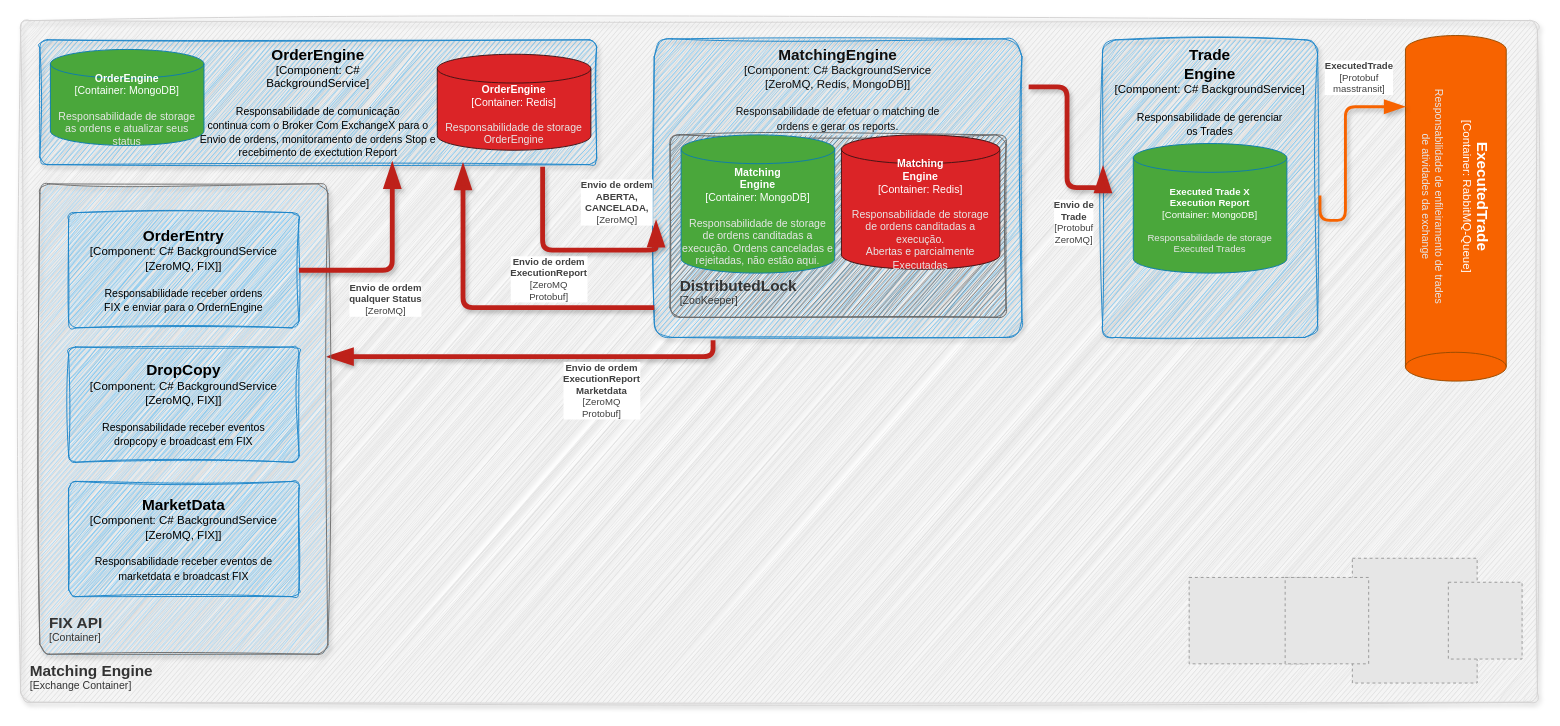
Earlier version of the draw.io diagram docs/Caas-Exchange-Matching.drawio (bvarandas/ExchangeX). Source tidied: cells renumbered, new cells numbered last; positions are measured from the earlier drawing's top-left corner, leaving out a move shared by most shapes. Both pictures are drawn from the tidied source at 96%, with x=0, y=0 at pixel (20, 20). Pictures stored in the file or linked from it are replaced by grey dashed boxes.
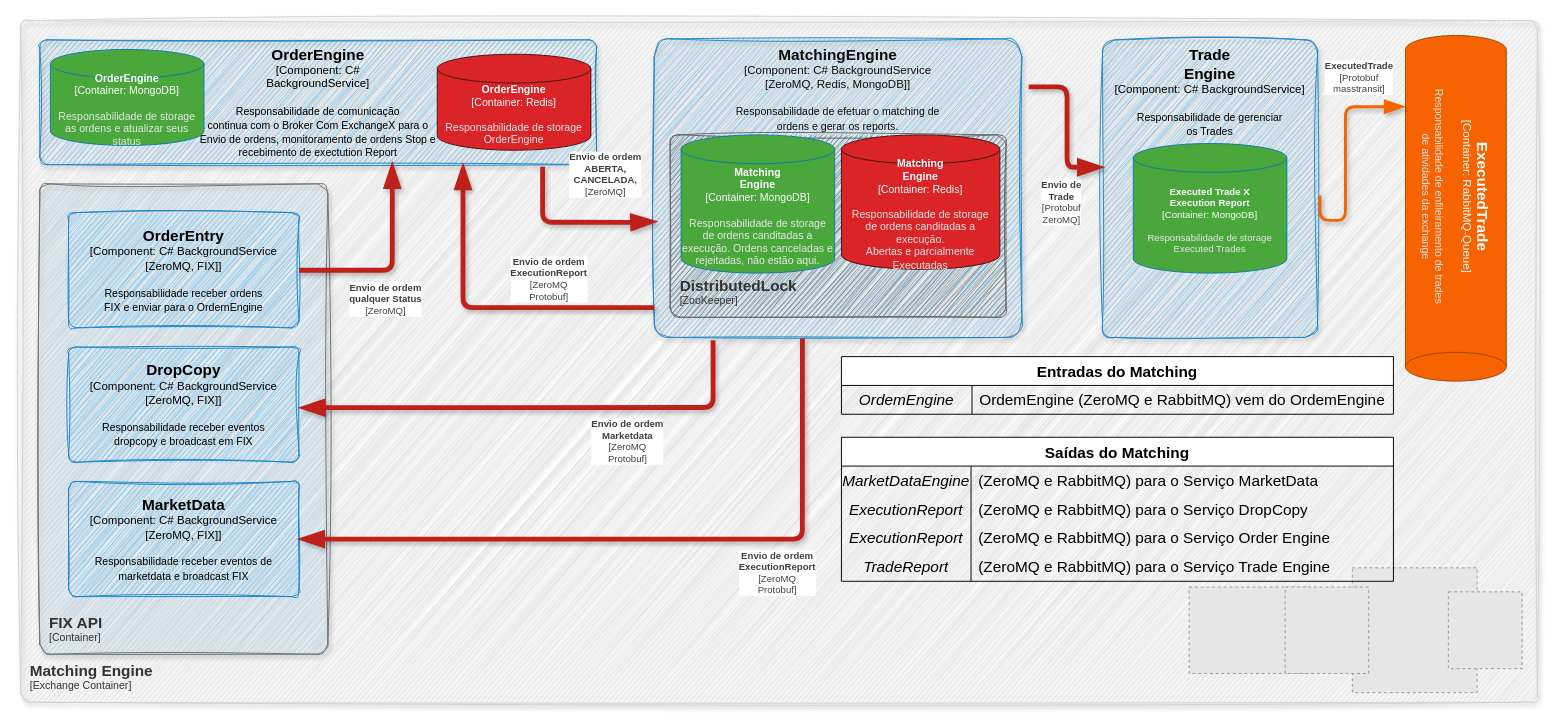
After the change.

Unchanged cells that the change refers to:
```xml
<object id="3" label="&lt;font style=&quot;font-size: 16px&quot;&gt;&lt;b&gt;%c4Name%&lt;/b&gt;&lt;/font&gt;&lt;div&gt;[%c4Type%: %c4Technology%]&lt;/div&gt;&lt;br&gt;&lt;div&gt;&lt;font style=&quot;font-size: 11px&quot;&gt;%c4Description%&lt;/font&gt;&lt;/div&gt;" c4Description="Responsabilidade de efetuar o matching de &#10;ordens e gerar os reports." c4Name="MatchingEngine" c4Technology="C# BackgroundService&#10;[ZeroMQ, Redis, MongoDB]" c4Type="Component" placeholders="1">
  <mxCell style="rounded=1;whiteSpace=wrap;html=1;labelBackgroundColor=none;fillColor=#63BEF2;fontColor=#100f0f;align=center;arcSize=6;strokeColor=#2086C9;points=[[0.25,0,0],[0.5,0,0],[0.75,0,0],[1,0.25,0],[1,0.5,0],[1,0.75,0],[0.75,1,0],[0.5,1,0],[0.25,1,0],[0,0.75,0],[0,0.5,0],[0,0.25,0]];glass=0;shadow=1;sketch=1;curveFitting=1;jiggle=2;gradientColor=none;verticalAlign=top;" parent="1" vertex="1">
    <mxGeometry x="660" y="19" width="383" height="311" as="geometry" />
  </mxCell>
</object>
<object id="7" label="&lt;font style=&quot;font-size: 16px&quot;&gt;&lt;b&gt;%c4Name%&lt;/b&gt;&lt;/font&gt;&lt;div&gt;[%c4Type%: %c4Technology%]&lt;/div&gt;&lt;br&gt;&lt;div&gt;&lt;font style=&quot;font-size: 11px&quot;&gt;%c4Description%&lt;/font&gt;&lt;/div&gt;" c4Description="Responsabilidade de gerenciar &#10;os Trades" c4Name="Trade&#10;Engine" c4Technology="C# BackgroundService" c4Type="Component" placeholders="1">
  <mxCell style="rounded=1;whiteSpace=wrap;html=1;labelBackgroundColor=none;fillColor=#63BEF2;fontColor=#000000;align=center;arcSize=6;strokeColor=#2086C9;points=[[0.25,0,0],[0.5,0,0],[0.75,0,0],[1,0.25,0],[1,0.5,0],[1,0.75,0],[0.75,1,0],[0.5,1,0],[0.25,1,0],[0,0.75,0],[0,0.5,0],[0,0.25,0]];verticalAlign=top;glass=0;sketch=1;curveFitting=1;jiggle=2;shadow=1;" parent="1" vertex="1">
    <mxGeometry x="1127" y="20" width="224" height="310" as="geometry" />
  </mxCell>
</object>
<object id="10" label="&lt;font style=&quot;font-size: 16px&quot;&gt;&lt;b&gt;%c4Name%&lt;/b&gt;&lt;/font&gt;&lt;div&gt;[%c4Type%: %c4Technology%]&lt;/div&gt;&lt;br&gt;&lt;div&gt;&lt;font style=&quot;font-size: 11px&quot;&gt;%c4Description%&lt;/font&gt;&lt;/div&gt;" c4Description="Responsabilidade de comunicação&#10;continua com o Broker Com ExchangeX para o &#10;Envio de ordens, monitoramento de ordens Stop e &#10;recebimento de exectution Report" c4Name="OrderEngine" c4Technology="C# &#10;BackgroundService" c4Type="Component" placeholders="1">
  <mxCell style="rounded=1;whiteSpace=wrap;html=1;labelBackgroundColor=none;fillColor=#63bef2;fontColor=#000000;align=center;arcSize=6;strokeColor=#2086C9;points=[[0.25,0,0],[0.5,0,0],[0.75,0,0],[1,0.25,0],[1,0.5,0],[1,0.75,0],[0.75,1,0],[0.5,1,0],[0.25,1,0],[0,0.75,0],[0,0.5,0],[0,0.25,0]];verticalAlign=middle;glass=0;sketch=1;curveFitting=1;jiggle=2;shadow=1;" parent="1" vertex="1">
    <mxGeometry x="20" y="20" width="580" height="130" as="geometry" />
  </mxCell>
</object>
<object id="24" label="&lt;font style=&quot;font-size: 16px&quot;&gt;&lt;b&gt;%c4Name%&lt;/b&gt;&lt;/font&gt;&lt;div&gt;[%c4Type%: %c4Technology%]&lt;/div&gt;&lt;br&gt;&lt;div&gt;&lt;font style=&quot;font-size: 11px&quot;&gt;%c4Description%&lt;/font&gt;&lt;/div&gt;" c4Description="Responsabilidade receber eventos de marketdata e broadcast FIX" c4Name="MarketData" c4Technology="C# BackgroundService&#10;[ZeroMQ, FIX]" c4Type="Component" placeholders="1">
  <mxCell style="rounded=1;whiteSpace=wrap;html=1;labelBackgroundColor=none;fillColor=#63BEF2;fontColor=#000000;align=center;arcSize=6;strokeColor=#2086C9;points=[[0.25,0,0],[0.5,0,0],[0.75,0,0],[1,0.25,0],[1,0.5,0],[1,0.75,0],[0.75,1,0],[0.5,1,0],[0.25,1,0],[0,0.75,0],[0,0.5,0],[0,0.25,0]];sketch=1;curveFitting=1;jiggle=2;" parent="1" vertex="1">
    <mxGeometry x="50" y="480" width="240" height="120" as="geometry" />
  </mxCell>
</object>
<object id="25" label="&lt;font style=&quot;font-size: 16px&quot;&gt;&lt;b&gt;%c4Name%&lt;/b&gt;&lt;/font&gt;&lt;div&gt;[%c4Type%: %c4Technology%]&lt;/div&gt;&lt;br&gt;&lt;div&gt;&lt;font style=&quot;font-size: 11px&quot;&gt;%c4Description%&lt;/font&gt;&lt;/div&gt;" c4Description="Responsabilidade receber eventos &#10;dropcopy e broadcast em FIX" c4Name="DropCopy" c4Technology="C# BackgroundService&#10;[ZeroMQ, FIX]" c4Type="Component" placeholders="1">
  <mxCell style="rounded=1;whiteSpace=wrap;html=1;labelBackgroundColor=none;fillColor=#63BEF2;fontColor=#000000;align=center;arcSize=6;strokeColor=#2086C9;points=[[0.25,0,0],[0.5,0,0],[0.75,0,0],[1,0.25,0],[1,0.5,0],[1,0.75,0],[0.75,1,0],[0.5,1,0],[0.25,1,0],[0,0.75,0],[0,0.5,0],[0,0.25,0]];sketch=1;curveFitting=1;jiggle=2;" parent="1" vertex="1">
    <mxGeometry x="50" y="340" width="240" height="120" as="geometry" />
  </mxCell>
</object>
```

What changed in the source:
```diff
@@
     <object id="9" label="&lt;div style=&quot;text-align: left&quot;&gt;&lt;div style=&quot;text-align: center&quot;&gt;&lt;b&gt;%c4Description%&lt;/b&gt;&lt;/div&gt;&lt;div style=&quot;text-align: center&quot;&gt;[%c4Technology%]&lt;/div&gt;&lt;/div&gt;" c4Description="Envio de &#10;Trade " c4Technology="Protobuf&#10;ZeroMQ" placeholders="1">
       <mxCell style="endArrow=blockThin;html=1;fontSize=10;fontColor=#404040;strokeWidth=5;endFill=1;strokeColor=#be211a;elbow=vertical;endSize=14;startSize=14;jumpStyle=arc;jumpSize=16;rounded=1;edgeStyle=orthogonalEdgeStyle;curved=0;flowAnimation=1;shadow=1;exitX=1.001;exitY=0.148;exitDx=0;exitDy=0;exitPerimeter=0;entryX=0.002;entryY=0.428;entryDx=0;entryDy=0;entryPerimeter=0;" parent="1" edge="1" target="7">
         <mxGeometry x="0.59" y="-38" relative="1" as="geometry">
           <mxPoint x="1050" y="69" as="sourcePoint" />
           <Array as="points">
             <mxPoint x="1090" y="69" />
-            <mxPoint x="1090" y="174" />
+            <mxPoint x="1090" y="153" />
           </Array>
           <mxPoint x="-10" y="-2" as="offset" />
         </mxGeometry>
       </mxCell>
     </object>
@@
     <object id="11" label="&lt;div style=&quot;text-align: left&quot;&gt;&lt;div style=&quot;text-align: center&quot;&gt;&lt;b&gt;%c4Description%&lt;/b&gt;&lt;/div&gt;&lt;div style=&quot;text-align: center&quot;&gt;[%c4Technology%]&lt;/div&gt;&lt;/div&gt;" c4Description="Envio de ordem &#10;ABERTA,&#10;CANCELADA," c4Technology="ZeroMQ" placeholders="1">
       <mxCell style="endArrow=blockThin;html=1;fontSize=10;fontColor=#404040;strokeWidth=5;endFill=1;strokeColor=#be211a;elbow=vertical;endSize=14;startSize=14;jumpStyle=arc;jumpSize=16;rounded=1;edgeStyle=orthogonalEdgeStyle;curved=0;flowAnimation=1;shadow=1;entryX=0.005;entryY=0.612;entryDx=0;entryDy=0;entryPerimeter=0;exitX=0.903;exitY=1.017;exitDx=0;exitDy=0;exitPerimeter=0;" parent="1" edge="1" source="10" target="3">
         <mxGeometry x="0.4" y="50" relative="1" as="geometry">
           <Array as="points">
-            <mxPoint x="544" y="239" />
+            <mxPoint x="544" y="210" />
+            <mxPoint x="640" y="210" />
           </Array>
         </mxGeometry>
       </mxCell>
     </object>
@@
-    <object id="15" label="&lt;div style=&quot;text-align: left&quot;&gt;&lt;div style=&quot;text-align: center&quot;&gt;&lt;b&gt;%c4Description%&lt;/b&gt;&lt;/div&gt;&lt;div style=&quot;text-align: center&quot;&gt;[%c4Technology%]&lt;/div&gt;&lt;/div&gt;" c4Description="Envio de ordem &#10;ExecutionReport&#10;Marketdata" c4Technology="ZeroMQ&#10;Protobuf" placeholders="1">
-      <mxCell style="endArrow=blockThin;html=1;fontSize=10;fontColor=#404040;strokeWidth=5;endFill=1;strokeColor=#be211a;elbow=vertical;endSize=14;startSize=14;jumpStyle=arc;jumpSize=16;rounded=1;edgeStyle=orthogonalEdgeStyle;curved=0;flowAnimation=1;shadow=1;exitX=0.16;exitY=1.009;exitDx=0;exitDy=0;exitPerimeter=0;" parent="1" edge="1" source="3">
-        <mxGeometry x="-0.36" y="35" relative="1" as="geometry">
-          <mxPoint x="320" y="350" as="targetPoint" />
-          <Array as="points">
-            <mxPoint x="721" y="350" />
-          </Array>
-        </mxGeometry>
-      </mxCell>
-    </object>
     <mxCell id="16" style="fillColor=#E6E6E6;strokeColor=#999999;dashed=1;verticalLabelPosition=bottom;labelBackgroundColor=default;verticalAlign=top;" parent="1" vertex="1">
-      <mxGeometry x="1217.2" y="580" width="123.3" height="90" as="geometry" />
+      <mxGeometry x="1217.2" y="590" width="123.3" height="90" as="geometry" />
     </mxCell>
     <mxCell id="17" style="fillColor=#E6E6E6;strokeColor=#999999;dashed=1;verticalLabelPosition=bottom;labelBackgroundColor=default;verticalAlign=top;" parent="1" vertex="1">
-      <mxGeometry x="1387.2" y="560" width="130" height="130" as="geometry" />
+      <mxGeometry x="1387.2" y="570" width="130" height="130" as="geometry" />
     </mxCell>
     <mxCell id="18" style="fillColor=#E6E6E6;strokeColor=#999999;dashed=1;verticalLabelPosition=bottom;labelBackgroundColor=default;verticalAlign=top;" parent="1" vertex="1">
-      <mxGeometry x="1487.2" y="585" width="76.8" height="80" as="geometry" />
+      <mxGeometry x="1487.2" y="595" width="76.8" height="80" as="geometry" />
     </mxCell>
     <mxCell id="19" style="fillColor=#E6E6E6;strokeColor=#999999;dashed=1;verticalLabelPosition=bottom;labelBackgroundColor=default;verticalAlign=top;" parent="1" vertex="1">
-      <mxGeometry x="1317.2" y="580" width="87" height="90" as="geometry" />
+      <mxGeometry x="1317.2" y="590" width="87" height="90" as="geometry" />
     </mxCell>
@@
+    <object id="27" label="&lt;div style=&quot;text-align: left&quot;&gt;&lt;div style=&quot;text-align: center&quot;&gt;&lt;b&gt;%c4Description%&lt;/b&gt;&lt;/div&gt;&lt;div style=&quot;text-align: center&quot;&gt;[%c4Technology%]&lt;/div&gt;&lt;/div&gt;" c4Description="Envio de ordem &#10;ExecutionReport" c4Technology="ZeroMQ&#10;Protobuf" placeholders="1">
+      <mxCell style="endArrow=blockThin;html=1;fontSize=10;fontColor=#404040;strokeWidth=5;endFill=1;strokeColor=#be211a;elbow=vertical;endSize=14;startSize=14;jumpStyle=arc;jumpSize=16;rounded=1;edgeStyle=orthogonalEdgeStyle;curved=0;flowAnimation=1;shadow=1;exitX=0.403;exitY=1.003;exitDx=0;exitDy=0;exitPerimeter=0;entryX=1;entryY=0.5;entryDx=0;entryDy=0;entryPerimeter=0;" parent="1" edge="1" source="3" target="24">
+        <mxGeometry x="-0.36" y="35" relative="1" as="geometry">
+          <Array as="points">
+            <mxPoint x="814" y="540" />
+          </Array>
+        </mxGeometry>
+      </mxCell>
+    </object>
+    <object id="15" label="&lt;div style=&quot;text-align: left&quot;&gt;&lt;div style=&quot;text-align: center&quot;&gt;&lt;b&gt;%c4Description%&lt;/b&gt;&lt;/div&gt;&lt;div style=&quot;text-align: center&quot;&gt;[%c4Technology%]&lt;/div&gt;&lt;/div&gt;" c4Description="Envio de ordem &#10;Marketdata" c4Technology="ZeroMQ&#10;Protobuf" placeholders="1">
+      <mxCell style="endArrow=blockThin;html=1;fontSize=10;fontColor=#404040;strokeWidth=5;endFill=1;strokeColor=#be211a;elbow=vertical;endSize=14;startSize=14;jumpStyle=arc;jumpSize=16;rounded=1;edgeStyle=orthogonalEdgeStyle;curved=0;flowAnimation=1;shadow=1;exitX=0.16;exitY=1.009;exitDx=0;exitDy=0;exitPerimeter=0;entryX=1.003;entryY=0.527;entryDx=0;entryDy=0;entryPerimeter=0;" parent="1" edge="1" source="3" target="25">
+        <mxGeometry x="-0.36" y="35" relative="1" as="geometry">
+          <Array as="points">
+            <mxPoint x="721" y="403" />
+            <mxPoint x="360" y="403" />
+          </Array>
+        </mxGeometry>
+      </mxCell>
+    </object>
+    <mxCell id="28" value="Entradas do Matching" style="shape=table;startSize=30;childLayout=tableLayout;rowLines=0;fontStyle=1;strokeColor=default;fontSize=16;" parent="1" vertex="1">
+      <mxGeometry x="855" y="350" width="575" height="60" as="geometry" />
+    </mxCell>
+    <mxCell id="29" style="shape=tableRow;horizontal=0;startSize=0;swimlaneHead=0;swimlaneBody=0;top=0;left=0;bottom=0;right=0;fillColor=none;strokeColor=inherit;fontSize=16;" parent="28" vertex="1">
+      <mxGeometry y="30" width="575" height="30" as="geometry" />
+    </mxCell>
+    <mxCell id="30" value="OrdemEngine" style="shape=partialRectangle;html=1;whiteSpace=wrap;fillColor=none;top=0;left=0;bottom=0;right=0;overflow=hidden;strokeColor=inherit;fontSize=16;fontStyle=2;" parent="29" vertex="1">
+      <mxGeometry width="136" height="30" as="geometry" />
+    </mxCell>
+    <mxCell id="31" value="OrdemEngine (ZeroMQ e RabbitMQ) vem do OrdemEngine" style="shape=partialRectangle;html=1;whiteSpace=wrap;fillColor=none;top=0;left=0;bottom=0;right=0;align=left;spacingLeft=6;overflow=hidden;strokeColor=inherit;fontSize=16;" parent="29" vertex="1">
+      <mxGeometry x="136" width="439" height="30" as="geometry" />
+    </mxCell>
+    <mxCell id="32" value="Saídas do Matching" style="shape=table;startSize=30;childLayout=tableLayout;rowLines=0;fontStyle=1;strokeColor=default;fontSize=16;" parent="1" vertex="1">
+      <mxGeometry x="855" y="434" width="575" height="150" as="geometry" />
+    </mxCell>
+    <mxCell id="33" style="shape=tableRow;horizontal=0;startSize=0;swimlaneHead=0;swimlaneBody=0;top=0;left=0;bottom=0;right=0;fillColor=none;strokeColor=inherit;fontSize=16;" parent="32" vertex="1">
+      <mxGeometry y="30" width="575" height="30" as="geometry" />
+    </mxCell>
+    <mxCell id="34" value="MarketDataEngine" style="shape=partialRectangle;html=1;whiteSpace=wrap;fillColor=none;top=0;left=0;bottom=0;right=0;overflow=hidden;strokeColor=inherit;fontSize=16;fontStyle=2;" parent="33" vertex="1">
+      <mxGeometry width="135" height="30" as="geometry" />
+    </mxCell>
+    <mxCell id="35" value="(ZeroMQ e RabbitMQ) para o Serviço MarketData" style="shape=partialRectangle;html=1;whiteSpace=wrap;fillColor=none;top=0;left=0;bottom=0;right=0;align=left;spacingLeft=6;overflow=hidden;strokeColor=inherit;fontSize=16;" parent="33" vertex="1">
+      <mxGeometry x="135" width="440" height="30" as="geometry" />
+    </mxCell>
+    <mxCell id="36" style="shape=tableRow;horizontal=0;startSize=0;swimlaneHead=0;swimlaneBody=0;top=0;left=0;bottom=0;right=0;fillColor=none;strokeColor=inherit;fontSize=16;" parent="32" vertex="1">
+      <mxGeometry y="60" width="575" height="30" as="geometry" />
+    </mxCell>
+    <mxCell id="37" value="ExecutionReport" style="shape=partialRectangle;html=1;whiteSpace=wrap;fillColor=none;top=0;left=0;bottom=0;right=0;overflow=hidden;strokeColor=inherit;fontSize=16;fontStyle=2;" parent="36" vertex="1">
+      <mxGeometry width="135" height="30" as="geometry" />
+    </mxCell>
+    <mxCell id="38" value="(ZeroMQ e RabbitMQ) para o Serviço DropCopy" style="shape=partialRectangle;html=1;whiteSpace=wrap;fillColor=none;top=0;left=0;bottom=0;right=0;align=left;spacingLeft=6;overflow=hidden;strokeColor=inherit;fontSize=16;" parent="36" vertex="1">
+      <mxGeometry x="135" width="440" height="30" as="geometry" />
+    </mxCell>
+    <mxCell id="39" style="shape=tableRow;horizontal=0;startSize=0;swimlaneHead=0;swimlaneBody=0;top=0;left=0;bottom=0;right=0;fillColor=none;strokeColor=inherit;fontSize=16;" parent="32" vertex="1">
+      <mxGeometry y="90" width="575" height="30" as="geometry" />
+    </mxCell>
+    <mxCell id="40" value="ExecutionReport" style="shape=partialRectangle;html=1;whiteSpace=wrap;fillColor=none;top=0;left=0;bottom=0;right=0;overflow=hidden;strokeColor=inherit;fontSize=16;fontStyle=2;" parent="39" vertex="1">
+      <mxGeometry width="135" height="30" as="geometry" />
+    </mxCell>
+    <mxCell id="41" value="(ZeroMQ e RabbitMQ) para o Serviço Order Engine" style="shape=partialRectangle;html=1;whiteSpace=wrap;fillColor=none;top=0;left=0;bottom=0;right=0;align=left;spacingLeft=6;overflow=hidden;strokeColor=inherit;fontSize=16;" parent="39" vertex="1">
+      <mxGeometry x="135" width="440" height="30" as="geometry" />
+    </mxCell>
+    <mxCell id="42" style="shape=tableRow;horizontal=0;startSize=0;swimlaneHead=0;swimlaneBody=0;top=0;left=0;bottom=0;right=0;fillColor=none;strokeColor=inherit;fontSize=16;" parent="32" vertex="1">
+      <mxGeometry y="120" width="575" height="30" as="geometry" />
+    </mxCell>
+    <mxCell id="43" value="TradeReport" style="shape=partialRectangle;html=1;whiteSpace=wrap;fillColor=none;top=0;left=0;bottom=0;right=0;overflow=hidden;strokeColor=inherit;fontSize=16;fontStyle=2;" parent="42" vertex="1">
+      <mxGeometry width="135" height="30" as="geometry" />
+    </mxCell>
+    <mxCell id="44" value="(ZeroMQ e RabbitMQ) para o Serviço Trade Engine" style="shape=partialRectangle;html=1;whiteSpace=wrap;fillColor=none;top=0;left=0;bottom=0;right=0;align=left;spacingLeft=6;overflow=hidden;strokeColor=inherit;fontSize=16;" parent="42" vertex="1">
+      <mxGeometry x="135" width="440" height="30" as="geometry" />
+    </mxCell>
```
